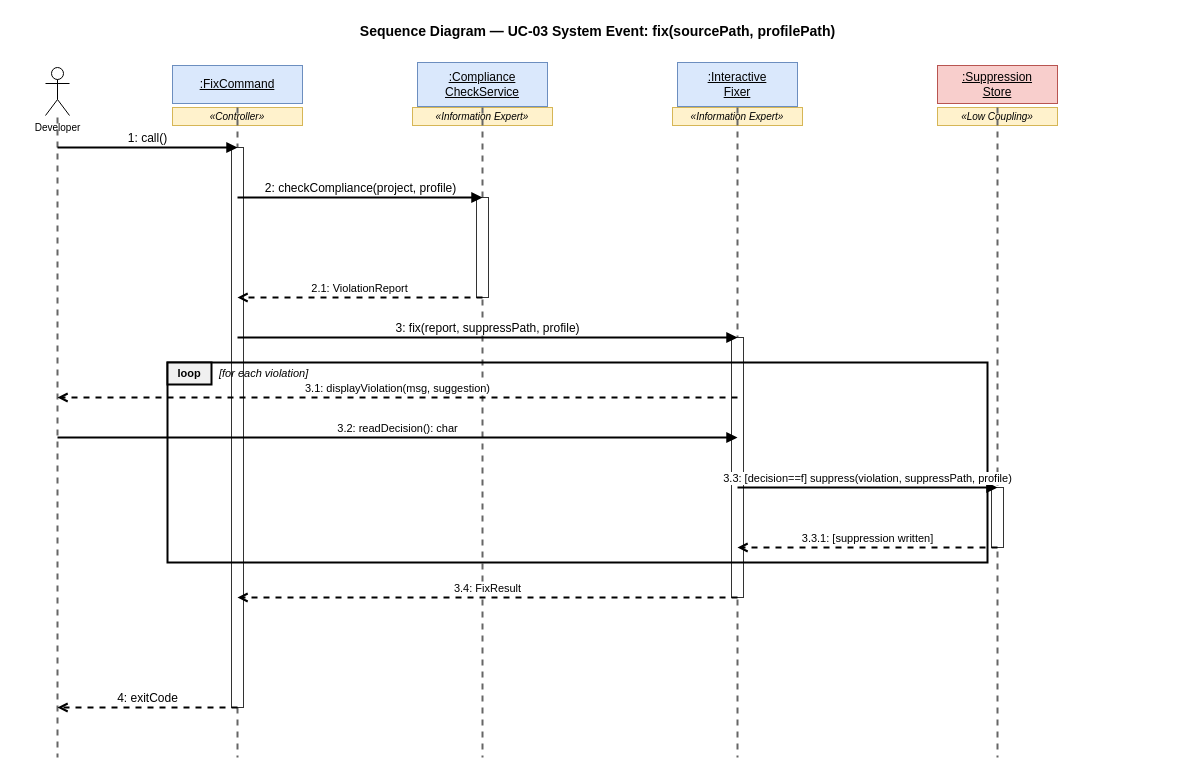
The draw.io diagram hw/hw7/diagrams/uc03_sd.drawio in chun-wei0413/arch-checker, before the edit. Source tidied: cells renumbered, new cells numbered last; positions are measured from the earlier drawing's top-left corner, leaving out a move shared by most shapes. Both pictures are drawn from the tidied source at 100%, with x=0, y=0 at pixel (17, 17).
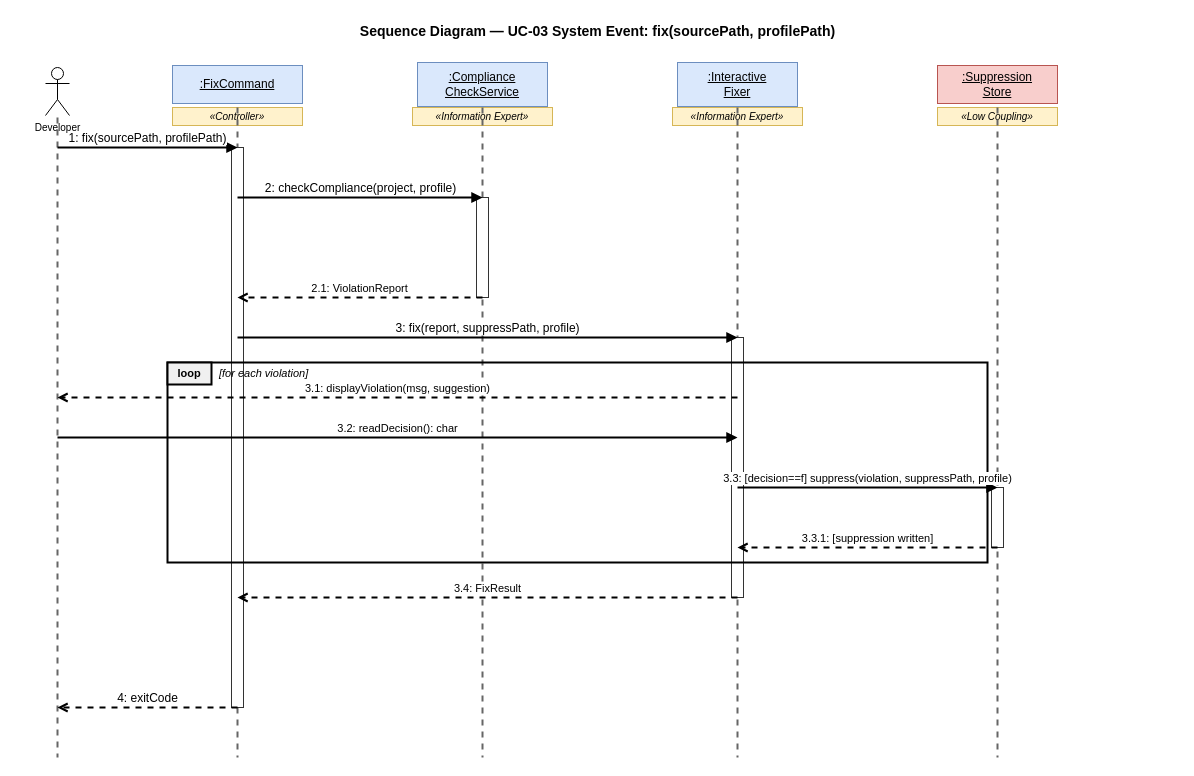
The same page after the edit.

Commit message (it also covers changes not shown here):
[Documentation] Fix UC-03 SD first message: call() -> fix(sourcePath, profilePath)

What changed in the source:
```diff
@@
-    <mxCell id="21" value="1: call()" style="endArrow=block;html=1;fontSize=12;strokeWidth=2;labelBackgroundColor=#ffffff;endFill=1;verticalLabelPosition=top;verticalAlign=bottom;" parent="1" edge="1">
+    <mxCell id="21" value="1: fix(sourcePath, profilePath)" style="endArrow=block;html=1;fontSize=12;strokeWidth=2;labelBackgroundColor=#ffffff;endFill=1;verticalLabelPosition=top;verticalAlign=bottom;" parent="1" edge="1">
       <mxGeometry relative="1" as="geometry">
         <mxPoint x="40" y="130" as="sourcePoint" />
         <mxPoint x="220" y="130" as="targetPoint" />
       </mxGeometry>
     </mxCell>
```
